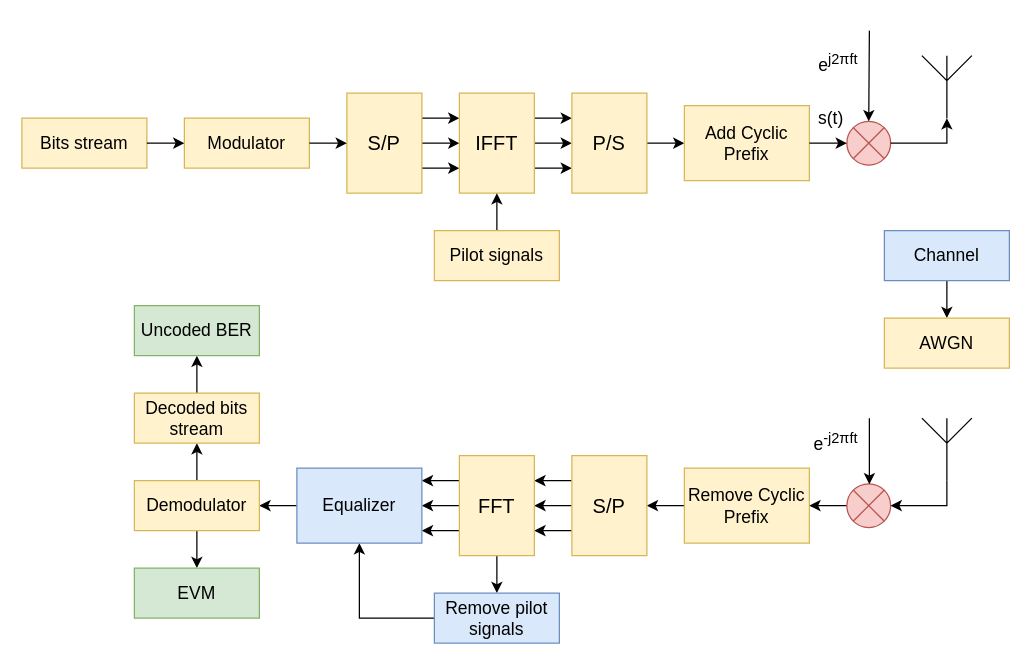
The draw.io diagram model_structure.drawio in isvoropaev02/OFDM, before the edit. Source tidied: cells renumbered, new cells numbered last; positions are measured from the earlier drawing's top-left corner, leaving out a move shared by most shapes. Both pictures are drawn from the tidied source at 125%, with x=0, y=0 at pixel (21, 30).
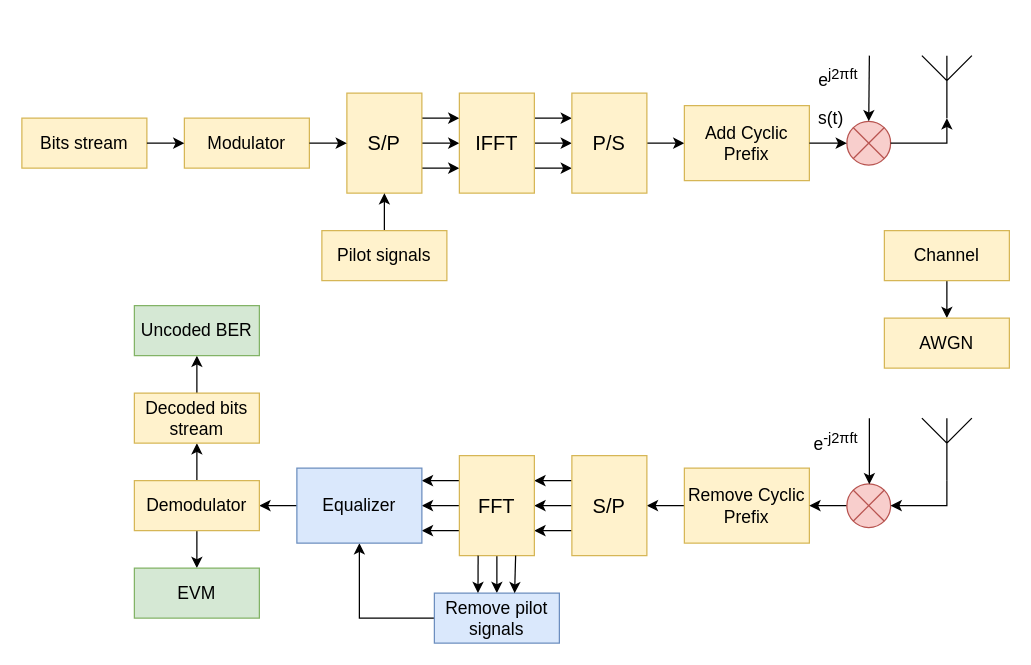
The same page after the edit.

Unchanged cells that the change refers to:
```xml
<mxCell id="7" value="&lt;font size=&quot;3&quot;&gt;S/P&lt;/font&gt;" style="rounded=0;whiteSpace=wrap;html=1;direction=south;fillColor=#fff2cc;strokeColor=#d6b656;" parent="1" vertex="1">
  <mxGeometry x="260" y="50" width="60" height="80" as="geometry" />
</mxCell>
<mxCell id="11" value="&lt;font size=&quot;3&quot;&gt;IFFT&lt;/font&gt;" style="rounded=0;whiteSpace=wrap;html=1;direction=south;fillColor=#fff2cc;strokeColor=#d6b656;" parent="1" vertex="1">
  <mxGeometry x="350" y="50" width="60" height="80" as="geometry" />
</mxCell>
<mxCell id="19" style="verticalLabelPosition=bottom;verticalAlign=top;html=1;shape=mxgraph.flowchart.or;fillColor=#f8cecc;strokeColor=#b85450;" parent="1" vertex="1">
  <mxGeometry x="660" y="72.5" width="35" height="35" as="geometry" />
</mxCell>
<mxCell id="45" value="&lt;font size=&quot;3&quot;&gt;FFT&lt;/font&gt;" style="rounded=0;whiteSpace=wrap;html=1;direction=south;fillColor=#fff2cc;strokeColor=#d6b656;" parent="1" vertex="1">
  <mxGeometry x="350" y="340" width="60" height="80" as="geometry" />
</mxCell>
<mxCell id="47" value="&lt;font style=&quot;font-size: 14px;&quot; face=&quot;Helvetica&quot;&gt;Remove pilot signals&lt;/font&gt;" style="rounded=0;whiteSpace=wrap;html=1;fillColor=#dae8fc;strokeColor=#6c8ebf;" parent="1" vertex="1">
  <mxGeometry x="330" y="450" width="100" height="40" as="geometry" />
</mxCell>
```

The edit, as a diff of the source:
```diff
@@
-    <mxCell id="14" style="edgeStyle=orthogonalEdgeStyle;rounded=0;jettySize=auto;html=1;exitX=0.5;exitY=0;exitDx=0;exitDy=0;entryX=1;entryY=0.5;entryDx=0;entryDy=0;" parent="1" edge="1" source="15" target="11">
-      <mxGeometry relative="1" as="geometry" />
-    </mxCell>
+    <mxCell id="57" style="edgeStyle=orthogonalEdgeStyle;rounded=0;jettySize=auto;html=1;exitX=0.5;exitY=0;exitDx=0;exitDy=0;entryX=1;entryY=0.5;entryDx=0;entryDy=0;" parent="1" edge="1" source="15" target="7">
+      <mxGeometry relative="1" as="geometry" />
+    </mxCell>
     <mxCell id="15" value="&lt;font style=&quot;font-size: 14px;&quot; face=&quot;Helvetica&quot;&gt;Pilot signals&lt;/font&gt;" style="rounded=0;whiteSpace=wrap;html=1;fillColor=#fff2cc;strokeColor=#d6b656;" parent="1" vertex="1">
-      <mxGeometry x="330" y="160" width="100" height="40" as="geometry" />
+      <mxGeometry x="240" y="160" width="100" height="40" as="geometry" />
     </mxCell>
@@
     <mxCell id="22" style="endArrow=classic;html=1;rounded=0;entryX=0.5;entryY=0;entryDx=0;entryDy=0;entryPerimeter=0;" parent="1" edge="1" target="19">
       <mxGeometry relative="1" as="geometry">
-        <mxPoint x="678" as="sourcePoint" />
+        <mxPoint x="678" y="20" as="sourcePoint" />
       </mxGeometry>
     </mxCell>
@@
-    <mxCell id="27" value="&lt;font style=&quot;font-size: 14px;&quot; face=&quot;Helvetica&quot;&gt;Channel&lt;/font&gt;" style="rounded=0;whiteSpace=wrap;html=1;fillColor=#dae8fc;strokeColor=#6c8ebf;" parent="1" vertex="1">
+    <mxCell id="27" value="&lt;font style=&quot;font-size: 14px;&quot; face=&quot;Helvetica&quot;&gt;Channel&lt;/font&gt;" style="rounded=0;whiteSpace=wrap;html=1;fillColor=#fff2cc;strokeColor=#d6b656;" parent="1" vertex="1">
       <mxGeometry x="690" y="160" width="100" height="40" as="geometry" />
     </mxCell>
@@
+    <mxCell id="58" style="edgeStyle=orthogonalEdgeStyle;rounded=0;jettySize=auto;html=1;exitX=1;exitY=0.75;exitDx=0;exitDy=0;entryX=0.349;entryY=0;entryDx=0;entryDy=0;entryPerimeter=0;" parent="1" edge="1" source="45" target="47">
+      <mxGeometry relative="1" as="geometry" />
+    </mxCell>
+    <mxCell id="59" style="edgeStyle=orthogonalEdgeStyle;rounded=0;jettySize=auto;html=1;exitX=1;exitY=0.25;exitDx=0;exitDy=0;entryX=0.642;entryY=0.001;entryDx=0;entryDy=0;entryPerimeter=0;" parent="1" edge="1" source="45" target="47">
+      <mxGeometry relative="1" as="geometry" />
+    </mxCell>
```
